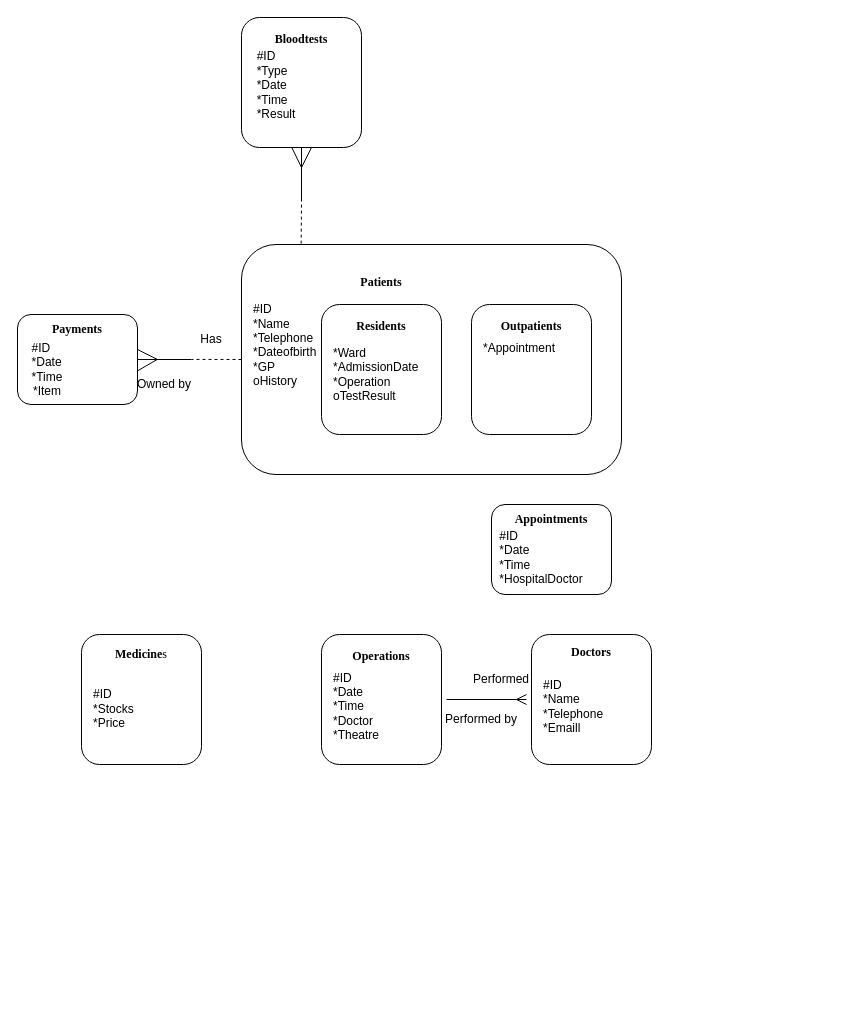
The draw.io diagram Assignment1DatabaseDesign.drawio in LordDdanielHan/test, before the edit. Source tidied: cells renumbered, new cells numbered last; positions are measured from the earlier drawing's top-left corner, leaving out a move shared by most shapes. Both pictures are drawn from the tidied source at 100%, with x=0, y=0 at pixel (17, 17).
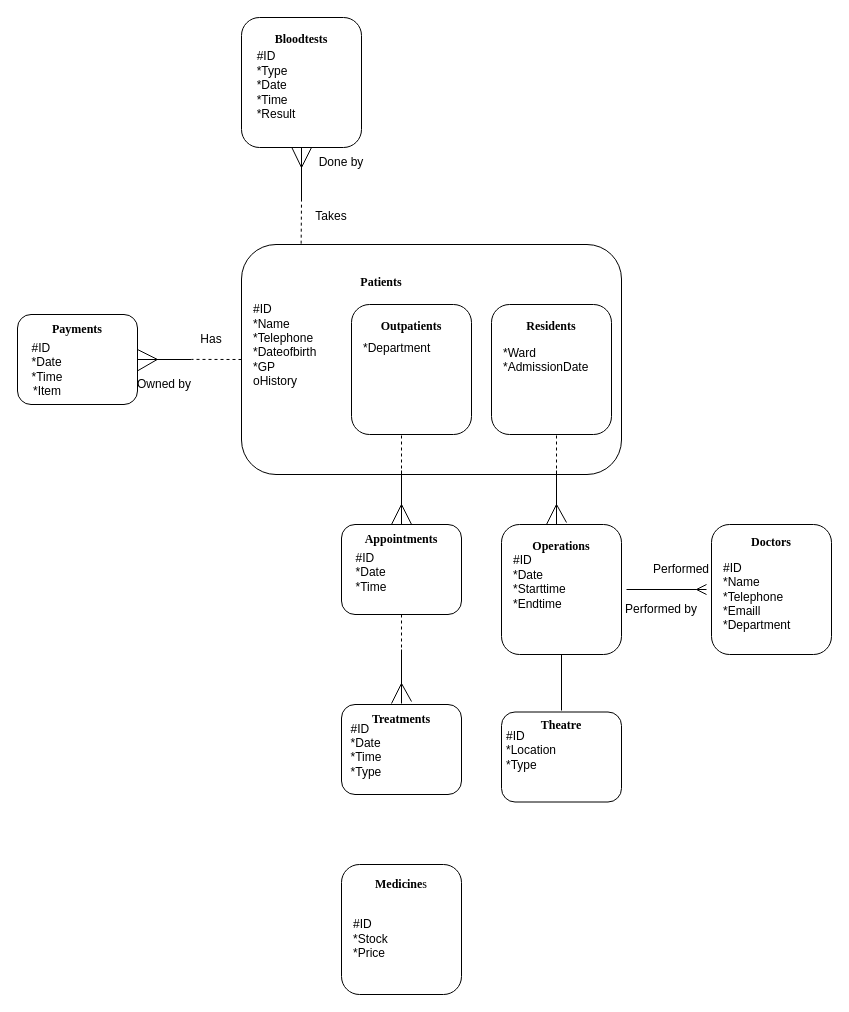
The same diagram, later.

Unchanged cells that the change refers to:
```xml
<mxCell id="8" value="&lt;font face=&quot;Times New Roman&quot;&gt;&lt;b&gt;Patients&lt;/b&gt;&lt;/font&gt;" style="text;html=1;align=center;verticalAlign=middle;whiteSpace=wrap;rounded=0;" parent="6" vertex="1">
  <mxGeometry width="280" height="76.7" as="geometry" />
</mxCell>
<mxCell id="21" style="rounded=1;whiteSpace=wrap;html=1;" parent="20" vertex="1">
  <mxGeometry width="120" height="130" as="geometry" />
</mxCell>
<mxCell id="37" style="group;" parent="35" vertex="1">
  <mxGeometry width="120" height="102.4" as="geometry" />
</mxCell>
<mxCell id="51" style="group;" parent="44" vertex="1">
  <mxGeometry y="-11.8" width="120" height="141.8" as="geometry" />
</mxCell>
```

Change to the diagram source:
```diff
@@
     <mxCell id="6" style="group;" parent="1" vertex="1">
-      <mxGeometry x="224" y="227" width="380" height="230" as="geometry" />
+      <mxGeometry x="224" y="227" width="380" height="370" as="geometry" />
     </mxCell>
@@
-    <mxCell id="10" style="group;" parent="6" vertex="1">
-      <mxGeometry x="80" y="60" width="120" height="130" as="geometry" />
-    </mxCell>
-    <mxCell id="11" style="rounded=1;whiteSpace=wrap;html=1;" parent="10" vertex="1">
-      <mxGeometry width="120" height="130" as="geometry" />
-    </mxCell>
-    <mxCell id="12" style="group;" parent="10" vertex="1">
-      <mxGeometry width="120" height="110" as="geometry" />
-    </mxCell>
-    <mxCell id="13" value="&lt;div align=&quot;left&quot;&gt;*Ward&lt;/div&gt;&lt;div align=&quot;left&quot;&gt;*AdmissionDate&lt;/div&gt;&lt;div align=&quot;left&quot;&gt;*Operation&lt;/div&gt;&lt;div align=&quot;left&quot;&gt;oTestResult&lt;br&gt;&lt;/div&gt;" style="text;html=1;align=left;verticalAlign=middle;whiteSpace=wrap;rounded=0;" parent="12" vertex="1">
-      <mxGeometry x="10" y="30" width="100" height="80" as="geometry" />
-    </mxCell>
-    <mxCell id="14" value="&lt;font face=&quot;Times New Roman&quot;&gt;&lt;b&gt;Residents&lt;/b&gt;&lt;/font&gt;" style="text;html=1;align=center;verticalAlign=middle;whiteSpace=wrap;rounded=0;" parent="12" vertex="1">
-      <mxGeometry width="120" height="43.3" as="geometry" />
-    </mxCell>
-    <mxCell id="15" style="group;" parent="6" vertex="1">
-      <mxGeometry x="230" y="60" width="120" height="130" as="geometry" />
-    </mxCell>
-    <mxCell id="16" style="rounded=1;whiteSpace=wrap;html=1;" parent="15" vertex="1">
-      <mxGeometry width="120" height="130" as="geometry" />
+    <mxCell id="16" style="rounded=1;whiteSpace=wrap;html=1;" parent="6" vertex="1">
+      <mxGeometry x="110" y="60" width="120" height="130" as="geometry" />
     </mxCell>
-    <mxCell id="17" style="group;" parent="15" vertex="1">
-      <mxGeometry width="120" height="70" as="geometry" />
+    <mxCell id="17" style="group;" parent="6" vertex="1">
+      <mxGeometry x="110" y="60" width="120" height="70" as="geometry" />
     </mxCell>
@@
-    <mxCell id="19" value="*Appointment" style="text;whiteSpace=wrap;html=1;" parent="17" vertex="1">
+    <mxCell id="19" value="*Department" style="text;whiteSpace=wrap;html=1;" parent="17" vertex="1">
       <mxGeometry x="10" y="30" width="60" height="40" as="geometry" />
     </mxCell>
+    <mxCell id="68" style="group;" parent="6" vertex="1">
+      <mxGeometry x="150" y="191" width="10" height="89" as="geometry" />
+    </mxCell>
+    <mxCell id="69" style="endArrow=none;html=1;rounded=0;" parent="68" edge="1">
+      <mxGeometry relative="1" as="geometry">
+        <mxPoint x="10" y="35" as="sourcePoint" />
+        <mxPoint x="10" y="70" as="targetPoint" />
+      </mxGeometry>
+    </mxCell>
+    <mxCell id="70" style="endArrow=none;html=1;rounded=0;" parent="68" edge="1">
+      <mxGeometry relative="1" as="geometry">
+        <mxPoint x="10" y="69" as="sourcePoint" />
+        <mxPoint x="10" y="89" as="targetPoint" />
+      </mxGeometry>
+    </mxCell>
+    <mxCell id="71" style="endArrow=none;html=1;rounded=0;" parent="68" edge="1">
+      <mxGeometry relative="1" as="geometry">
+        <mxPoint x="10" y="69" as="sourcePoint" />
+        <mxPoint y="89" as="targetPoint" />
+      </mxGeometry>
+    </mxCell>
+    <mxCell id="72" style="endArrow=none;html=1;rounded=0;exitX=0.582;exitY=-0.016;exitDx=0;exitDy=0;exitPerimeter=0;" parent="68" edge="1" source="59">
+      <mxGeometry relative="1" as="geometry">
+        <mxPoint x="10" y="69" as="targetPoint" />
+      </mxGeometry>
+    </mxCell>
+    <mxCell id="73" style="endArrow=none;html=1;rounded=0;dashed=1;exitX=0.213;exitY=-0.011;exitDx=0;exitDy=0;exitPerimeter=0;" parent="68" edge="1">
+      <mxGeometry relative="1" as="geometry">
+        <mxPoint x="10" as="sourcePoint" />
+        <mxPoint x="10" y="35" as="targetPoint" />
+      </mxGeometry>
+    </mxCell>
+    <mxCell id="74" style="group;" parent="6" vertex="1">
+      <mxGeometry x="305" y="191" width="10" height="89" as="geometry" />
+    </mxCell>
+    <mxCell id="75" style="endArrow=none;html=1;rounded=0;" parent="74" edge="1">
+      <mxGeometry relative="1" as="geometry">
+        <mxPoint x="10" y="35" as="sourcePoint" />
+        <mxPoint x="10" y="70" as="targetPoint" />
+      </mxGeometry>
+    </mxCell>
+    <mxCell id="76" style="endArrow=none;html=1;rounded=0;" parent="74" edge="1">
+      <mxGeometry relative="1" as="geometry">
+        <mxPoint x="10" y="69" as="sourcePoint" />
+        <mxPoint x="10" y="89" as="targetPoint" />
+      </mxGeometry>
+    </mxCell>
+    <mxCell id="77" style="endArrow=none;html=1;rounded=0;" parent="74" edge="1">
+      <mxGeometry relative="1" as="geometry">
+        <mxPoint x="10" y="69" as="sourcePoint" />
+        <mxPoint y="89" as="targetPoint" />
+      </mxGeometry>
+    </mxCell>
+    <mxCell id="78" style="endArrow=none;html=1;rounded=0;exitX=0.582;exitY=-0.016;exitDx=0;exitDy=0;exitPerimeter=0;" parent="74" edge="1">
+      <mxGeometry relative="1" as="geometry">
+        <mxPoint x="20" y="87" as="sourcePoint" />
+        <mxPoint x="10" y="69" as="targetPoint" />
+      </mxGeometry>
+    </mxCell>
+    <mxCell id="79" style="endArrow=none;html=1;rounded=0;dashed=1;exitX=0.213;exitY=-0.011;exitDx=0;exitDy=0;exitPerimeter=0;" parent="74" edge="1">
+      <mxGeometry relative="1" as="geometry">
+        <mxPoint x="10" as="sourcePoint" />
+        <mxPoint x="10" y="35" as="targetPoint" />
+      </mxGeometry>
+    </mxCell>
@@
     <mxCell id="35" style="group;" parent="1" vertex="1">
-      <mxGeometry x="64" y="607" width="120" height="140" as="geometry" />
+      <mxGeometry x="324" y="837" width="120" height="140" as="geometry" />
     </mxCell>
@@
-    <mxCell id="39" value="&lt;div&gt;&lt;br&gt;&lt;/div&gt;&lt;div&gt;#ID&lt;br&gt;&lt;/div&gt;&lt;div&gt;*Stocks&lt;/div&gt;&lt;div&gt;*Price&lt;/div&gt;" style="text;html=1;align=left;verticalAlign=middle;whiteSpace=wrap;rounded=0;" parent="37" vertex="1">
+    <mxCell id="39" value="&lt;div&gt;&lt;br&gt;&lt;/div&gt;&lt;div&gt;#ID&lt;br&gt;&lt;/div&gt;&lt;div&gt;*Stock&lt;/div&gt;&lt;div&gt;*Price&lt;/div&gt;" style="text;html=1;align=left;verticalAlign=middle;whiteSpace=wrap;rounded=0;" parent="37" vertex="1">
       <mxGeometry x="10" y="51.2" width="60" height="51.2" as="geometry" />
     </mxCell>
-    <mxCell id="40" style="group;align=left;" parent="1" vertex="1">
-      <mxGeometry x="304" y="617" width="120" height="210" as="geometry" />
-    </mxCell>
-    <mxCell id="41" style="rounded=1;whiteSpace=wrap;html=1;" parent="40" vertex="1">
-      <mxGeometry width="120" height="130" as="geometry" />
-    </mxCell>
-    <mxCell id="42" value="&lt;font face=&quot;Times New Roman&quot;&gt;&lt;b&gt;Operations&lt;/b&gt;&lt;/font&gt;" style="text;html=1;align=center;verticalAlign=middle;whiteSpace=wrap;rounded=0;" parent="40" vertex="1">
-      <mxGeometry width="120" height="43.3" as="geometry" />
-    </mxCell>
-    <mxCell id="43" value="&lt;div align=&quot;left&quot;&gt;&lt;div align=&quot;left&quot;&gt;&lt;div align=&quot;left&quot;&gt;&lt;div align=&quot;left&quot;&gt;#ID&lt;/div&gt;&lt;/div&gt;&lt;/div&gt;&lt;/div&gt;&lt;div align=&quot;left&quot;&gt;*Date&lt;/div&gt;&lt;div align=&quot;left&quot;&gt;*Time&lt;/div&gt;&lt;div align=&quot;left&quot;&gt;*Doctor&lt;/div&gt;&lt;div align=&quot;left&quot;&gt;*Theatre&lt;br&gt;&lt;/div&gt;" style="text;html=1;align=left;verticalAlign=middle;whiteSpace=wrap;rounded=0;" parent="40" vertex="1">
-      <mxGeometry x="10" y="50" width="60" height="43.3" as="geometry" />
-    </mxCell>
+    <mxCell id="80" style="group;" parent="1" vertex="1">
+      <mxGeometry x="474" y="287" width="120" height="130" as="geometry" />
+    </mxCell>
+    <mxCell id="11" style="rounded=1;whiteSpace=wrap;html=1;" parent="80" vertex="1">
+      <mxGeometry width="120" height="130" as="geometry" />
+    </mxCell>
+    <mxCell id="12" style="group;" parent="80" vertex="1">
+      <mxGeometry width="120" height="110" as="geometry" />
+    </mxCell>
+    <mxCell id="13" value="&lt;div align=&quot;left&quot;&gt;*Ward&lt;/div&gt;&lt;div align=&quot;left&quot;&gt;*AdmissionDate&lt;/div&gt;&lt;div align=&quot;left&quot;&gt;&lt;br&gt;&lt;/div&gt;&lt;div align=&quot;left&quot;&gt;&lt;br&gt;&lt;/div&gt;" style="text;html=1;align=left;verticalAlign=middle;whiteSpace=wrap;rounded=0;" parent="12" vertex="1">
+      <mxGeometry x="10" y="30" width="100" height="80" as="geometry" />
+    </mxCell>
+    <mxCell id="14" value="&lt;font face=&quot;Times New Roman&quot;&gt;&lt;b&gt;Residents&lt;/b&gt;&lt;/font&gt;" style="text;html=1;align=center;verticalAlign=middle;whiteSpace=wrap;rounded=0;" parent="12" vertex="1">
+      <mxGeometry width="120" height="43.3" as="geometry" />
+    </mxCell>
+    <mxCell id="81" style="group;" parent="1" vertex="1">
+      <mxGeometry x="284" y="130" width="10" height="54" as="geometry" />
+    </mxCell>
+    <mxCell id="61" style="endArrow=none;html=1;rounded=0;" parent="81" edge="1">
+      <mxGeometry relative="1" as="geometry">
+        <mxPoint y="54" as="sourcePoint" />
+        <mxPoint y="19" as="targetPoint" />
+      </mxGeometry>
+    </mxCell>
+    <mxCell id="62" style="endArrow=none;html=1;rounded=0;" parent="81" edge="1">
+      <mxGeometry relative="1" as="geometry">
+        <mxPoint y="20" as="sourcePoint" />
+        <mxPoint as="targetPoint" />
+      </mxGeometry>
+    </mxCell>
+    <mxCell id="64" style="endArrow=none;html=1;rounded=0;" parent="81" edge="1">
+      <mxGeometry relative="1" as="geometry">
+        <mxPoint y="20" as="sourcePoint" />
+        <mxPoint x="10" as="targetPoint" />
+      </mxGeometry>
+    </mxCell>
+    <mxCell id="66" style="endArrow=none;html=1;rounded=0;exitX=0.42;exitY=1.001;exitDx=0;exitDy=0;exitPerimeter=0;" parent="81" edge="1" source="21">
+      <mxGeometry relative="1" as="geometry">
+        <mxPoint y="20" as="targetPoint" />
+      </mxGeometry>
+    </mxCell>
+    <mxCell id="67" style="endArrow=none;html=1;rounded=0;dashed=1;exitX=0.213;exitY=-0.011;exitDx=0;exitDy=0;exitPerimeter=0;" parent="81" edge="1" source="8">
+      <mxGeometry relative="1" as="geometry">
+        <mxPoint y="54" as="targetPoint" />
+      </mxGeometry>
+    </mxCell>
+    <mxCell id="57" style="group;" parent="1" vertex="1">
+      <mxGeometry x="324" y="507" width="120" height="179" as="geometry" />
+    </mxCell>
+    <mxCell id="58" value="&lt;br&gt;&lt;br&gt;&lt;div&gt;&lt;br&gt;&lt;/div&gt;" style="rounded=1;whiteSpace=wrap;html=1;" parent="57" vertex="1">
+      <mxGeometry width="120" height="90" as="geometry" />
+    </mxCell>
+    <mxCell id="59" value="&lt;font face=&quot;Times New Roman&quot;&gt;&lt;b&gt;Appointments&lt;/b&gt;&lt;/font&gt;" style="text;html=1;align=center;verticalAlign=middle;whiteSpace=wrap;rounded=0;" parent="57" vertex="1">
+      <mxGeometry width="120" height="30" as="geometry" />
+    </mxCell>
+    <mxCell id="60" value="&lt;div align=&quot;left&quot;&gt;#ID&lt;br&gt;&lt;/div&gt;&lt;div align=&quot;left&quot;&gt;*Date&lt;/div&gt;&lt;div align=&quot;left&quot;&gt;*Time&lt;/div&gt;" style="text;html=1;align=center;verticalAlign=middle;whiteSpace=wrap;rounded=0;" parent="57" vertex="1">
+      <mxGeometry y="30" width="60" height="35" as="geometry" />
+    </mxCell>
+    <mxCell id="82" style="group;" parent="57" vertex="1">
+      <mxGeometry x="50" y="90" width="10" height="89" as="geometry" />
+    </mxCell>
+    <mxCell id="83" style="endArrow=none;html=1;rounded=0;" parent="82" edge="1">
+      <mxGeometry relative="1" as="geometry">
+        <mxPoint x="10" y="35" as="sourcePoint" />
+        <mxPoint x="10" y="70" as="targetPoint" />
+      </mxGeometry>
+    </mxCell>
+    <mxCell id="84" style="endArrow=none;html=1;rounded=0;" parent="82" edge="1">
+      <mxGeometry relative="1" as="geometry">
+        <mxPoint x="10" y="69" as="sourcePoint" />
+        <mxPoint x="10" y="89" as="targetPoint" />
+      </mxGeometry>
+    </mxCell>
+    <mxCell id="85" style="endArrow=none;html=1;rounded=0;" parent="82" edge="1">
+      <mxGeometry relative="1" as="geometry">
+        <mxPoint x="10" y="69" as="sourcePoint" />
+        <mxPoint y="89" as="targetPoint" />
+      </mxGeometry>
+    </mxCell>
+    <mxCell id="86" style="endArrow=none;html=1;rounded=0;exitX=0.582;exitY=-0.016;exitDx=0;exitDy=0;exitPerimeter=0;" parent="82" edge="1">
+      <mxGeometry relative="1" as="geometry">
+        <mxPoint x="20" y="87" as="sourcePoint" />
+        <mxPoint x="10" y="69" as="targetPoint" />
+      </mxGeometry>
+    </mxCell>
+    <mxCell id="87" style="endArrow=none;html=1;rounded=0;dashed=1;exitX=0.213;exitY=-0.011;exitDx=0;exitDy=0;exitPerimeter=0;" parent="82" edge="1">
+      <mxGeometry relative="1" as="geometry">
+        <mxPoint x="10" as="sourcePoint" />
+        <mxPoint x="10" y="35" as="targetPoint" />
+      </mxGeometry>
+    </mxCell>
+    <mxCell id="88" style="group;" parent="1" vertex="1">
+      <mxGeometry x="324" y="687" width="120" height="90" as="geometry" />
+    </mxCell>
+    <mxCell id="89" value="&lt;br&gt;&lt;br&gt;&lt;div&gt;&lt;br&gt;&lt;/div&gt;" style="rounded=1;whiteSpace=wrap;html=1;" parent="88" vertex="1">
+      <mxGeometry width="120" height="90" as="geometry" />
+    </mxCell>
+    <mxCell id="90" value="&lt;font face=&quot;Times New Roman&quot;&gt;&lt;b&gt;Treatments&lt;/b&gt;&lt;/font&gt;" style="text;html=1;align=center;verticalAlign=middle;whiteSpace=wrap;rounded=0;" parent="88" vertex="1">
+      <mxGeometry width="120" height="30" as="geometry" />
+    </mxCell>
+    <mxCell id="91" value="&lt;div align=&quot;left&quot;&gt;#ID&lt;br&gt;&lt;/div&gt;&lt;div align=&quot;left&quot;&gt;*Date&lt;/div&gt;&lt;div align=&quot;left&quot;&gt;*Time&lt;/div&gt;&lt;div align=&quot;left&quot;&gt;*Type&lt;/div&gt;&lt;div align=&quot;left&quot;&gt;&lt;br&gt;&lt;/div&gt;" style="text;html=1;align=center;verticalAlign=middle;whiteSpace=wrap;rounded=0;" parent="88" vertex="1">
+      <mxGeometry x="-5" y="35" width="60" height="35" as="geometry" />
+    </mxCell>
+    <mxCell id="92" style="group;" parent="1" vertex="1">
+      <mxGeometry x="484" y="687" width="120" height="90" as="geometry" />
+    </mxCell>
+    <mxCell id="93" value="&lt;br&gt;&lt;br&gt;&lt;div&gt;&lt;br&gt;&lt;/div&gt;" style="rounded=1;whiteSpace=wrap;html=1;" parent="92" vertex="1">
+      <mxGeometry y="7.5" width="120" height="90" as="geometry" />
+    </mxCell>
+    <mxCell id="94" value="&lt;font face=&quot;Times New Roman&quot;&gt;&lt;b&gt;Theatre&lt;/b&gt;&lt;/font&gt;" style="text;html=1;align=center;verticalAlign=middle;whiteSpace=wrap;rounded=0;" parent="92" vertex="1">
+      <mxGeometry y="6" width="120" height="30" as="geometry" />
+    </mxCell>
+    <mxCell id="95" value="&lt;div align=&quot;left&quot;&gt;#ID&lt;br&gt;&lt;/div&gt;&lt;div align=&quot;left&quot;&gt;*Location&lt;/div&gt;&lt;div align=&quot;left&quot;&gt;*Type&lt;/div&gt;&lt;div align=&quot;left&quot;&gt;&lt;br&gt;&lt;/div&gt;" style="text;html=1;align=center;verticalAlign=middle;whiteSpace=wrap;rounded=0;" parent="92" vertex="1">
+      <mxGeometry y="35" width="60" height="35" as="geometry" />
+    </mxCell>
+    <mxCell id="96" value="Takes" style="text;html=1;align=center;verticalAlign=middle;whiteSpace=wrap;rounded=0;" parent="1" vertex="1">
+      <mxGeometry x="284" y="184" width="60" height="30" as="geometry" />
+    </mxCell>
+    <mxCell id="97" value="Done by" style="text;html=1;align=center;verticalAlign=middle;whiteSpace=wrap;rounded=0;" parent="1" vertex="1">
+      <mxGeometry x="294" y="130" width="60" height="30" as="geometry" />
+    </mxCell>
+    <mxCell id="55" value="Performed" style="text;html=1;align=center;verticalAlign=middle;whiteSpace=wrap;rounded=0;" parent="1" vertex="1">
+      <mxGeometry x="634" y="537" width="60" height="30" as="geometry" />
+    </mxCell>
     <mxCell id="44" style="group;" parent="1" vertex="1">
-      <mxGeometry x="514" y="617" width="120" height="130" as="geometry" />
+      <mxGeometry x="694" y="507" width="120" height="130" as="geometry" />
     </mxCell>
@@
-    <mxCell id="54" value="&lt;div&gt;&lt;br&gt;&lt;/div&gt;&lt;div&gt;#ID&lt;br&gt;&lt;/div&gt;&lt;div&gt;*Name&lt;/div&gt;&lt;div&gt;*Telephone&lt;/div&gt;&lt;div&gt;*Emaill&lt;br&gt;&lt;/div&gt;" style="text;html=1;align=left;verticalAlign=middle;whiteSpace=wrap;rounded=0;" parent="51" vertex="1">
+    <mxCell id="54" value="&lt;div&gt;&lt;br&gt;&lt;/div&gt;&lt;div&gt;#ID&lt;br&gt;&lt;/div&gt;&lt;div&gt;*Name&lt;/div&gt;&lt;div&gt;*Telephone&lt;/div&gt;&lt;div&gt;*Emaill&lt;/div&gt;&lt;div&gt;*Department&lt;/div&gt;" style="text;html=1;align=left;verticalAlign=middle;whiteSpace=wrap;rounded=0;" parent="51" vertex="1">
       <mxGeometry x="10" y="51.2" width="60" height="51.2" as="geometry" />
     </mxCell>
-    <mxCell id="55" value="Performed" style="text;html=1;align=center;verticalAlign=middle;whiteSpace=wrap;rounded=0;" parent="1" vertex="1">
-      <mxGeometry x="454" y="647" width="60" height="30" as="geometry" />
-    </mxCell>
     <mxCell id="56" value="Performed by" style="text;html=1;align=center;verticalAlign=middle;whiteSpace=wrap;rounded=0;" parent="1" vertex="1">
-      <mxGeometry x="424" y="687" width="80" height="30" as="geometry" />
+      <mxGeometry x="604" y="577" width="80" height="30" as="geometry" />
     </mxCell>
-    <mxCell id="57" style="group;" parent="1" vertex="1">
-      <mxGeometry x="474" y="487" width="120" height="90" as="geometry" />
-    </mxCell>
-    <mxCell id="58" value="&lt;br&gt;&lt;br&gt;&lt;div&gt;&lt;br&gt;&lt;/div&gt;" style="rounded=1;whiteSpace=wrap;html=1;" parent="57" vertex="1">
-      <mxGeometry width="120" height="90" as="geometry" />
-    </mxCell>
-    <mxCell id="59" value="&lt;font face=&quot;Times New Roman&quot;&gt;&lt;b&gt;Appointments&lt;/b&gt;&lt;/font&gt;" style="text;html=1;align=center;verticalAlign=middle;whiteSpace=wrap;rounded=0;" parent="57" vertex="1">
-      <mxGeometry width="120" height="30" as="geometry" />
-    </mxCell>
-    <mxCell id="60" value="&lt;div align=&quot;left&quot;&gt;#ID&lt;br&gt;&lt;/div&gt;&lt;div align=&quot;left&quot;&gt;*Date&lt;/div&gt;&lt;div align=&quot;left&quot;&gt;*Time&lt;/div&gt;*HospitalDoctor" style="text;html=1;align=center;verticalAlign=middle;whiteSpace=wrap;rounded=0;" parent="57" vertex="1">
-      <mxGeometry x="20" y="35" width="60" height="35" as="geometry" />
-    </mxCell>
-    <mxCell id="61" style="endArrow=none;html=1;rounded=0;" parent="1" edge="1">
-      <mxGeometry relative="1" as="geometry">
-        <mxPoint x="284" y="184" as="sourcePoint" />
-        <mxPoint x="284" y="149" as="targetPoint" />
-      </mxGeometry>
-    </mxCell>
-    <mxCell id="62" style="endArrow=none;html=1;rounded=0;" parent="1" edge="1">
-      <mxGeometry relative="1" as="geometry">
-        <mxPoint x="284" y="150" as="sourcePoint" />
-        <mxPoint x="284" y="130" as="targetPoint" />
-      </mxGeometry>
-    </mxCell>
-    <mxCell id="63" style="group;" parent="1" vertex="1">
-      <mxGeometry x="284" y="130" width="10" height="54.4" as="geometry" />
-    </mxCell>
-    <mxCell id="64" style="endArrow=none;html=1;rounded=0;" parent="63" edge="1">
-      <mxGeometry relative="1" as="geometry">
-        <mxPoint y="20" as="sourcePoint" />
-        <mxPoint x="10" as="targetPoint" />
-      </mxGeometry>
-    </mxCell>
-    <mxCell id="65" style="group;rotation=90;" parent="63" vertex="1">
-      <mxGeometry x="-17" y="37" width="34.5" height="0.2" as="geometry" />
-    </mxCell>
-    <mxCell id="66" style="endArrow=none;html=1;rounded=0;exitX=0.42;exitY=1.001;exitDx=0;exitDy=0;exitPerimeter=0;" parent="65" edge="1" source="21">
-      <mxGeometry relative="1" as="geometry">
-        <mxPoint x="17" y="-17" as="targetPoint" />
-      </mxGeometry>
-    </mxCell>
-    <mxCell id="67" style="endArrow=none;html=1;rounded=0;dashed=1;exitX=0.213;exitY=-0.011;exitDx=0;exitDy=0;exitPerimeter=0;" parent="65" edge="1" source="8">
-      <mxGeometry relative="1" as="geometry">
-        <mxPoint x="17" y="17" as="targetPoint" />
-      </mxGeometry>
-    </mxCell>
+    <mxCell id="41" style="rounded=1;whiteSpace=wrap;html=1;" parent="1" vertex="1">
+      <mxGeometry x="484" y="507" width="120" height="130" as="geometry" />
+    </mxCell>
+    <mxCell id="42" value="&lt;font face=&quot;Times New Roman&quot;&gt;&lt;b&gt;Operations&lt;/b&gt;&lt;/font&gt;" style="text;html=1;align=center;verticalAlign=middle;whiteSpace=wrap;rounded=0;" parent="1" vertex="1">
+      <mxGeometry x="484" y="507" width="120" height="43.3" as="geometry" />
+    </mxCell>
+    <mxCell id="43" value="&lt;div align=&quot;left&quot;&gt;&lt;div align=&quot;left&quot;&gt;&lt;div align=&quot;left&quot;&gt;&lt;div align=&quot;left&quot;&gt;#ID&lt;/div&gt;&lt;/div&gt;&lt;/div&gt;&lt;/div&gt;&lt;div align=&quot;left&quot;&gt;*Date&lt;/div&gt;&lt;div align=&quot;left&quot;&gt;*Starttime&lt;/div&gt;&lt;div align=&quot;left&quot;&gt;*Endtime&lt;/div&gt;&lt;div align=&quot;left&quot;&gt;&lt;br&gt;&lt;/div&gt;&lt;div align=&quot;left&quot;&gt;&lt;br&gt;&lt;/div&gt;" style="text;html=1;align=left;verticalAlign=middle;whiteSpace=wrap;rounded=0;" parent="1" vertex="1">
+      <mxGeometry x="494" y="557" width="60" height="43.3" as="geometry" />
+    </mxCell>
+    <mxCell id="98" style="endArrow=none;html=1;rounded=0;" parent="1" edge="1" source="94">
+      <mxGeometry relative="1" as="geometry">
+        <mxPoint x="544" y="637" as="targetPoint" />
+      </mxGeometry>
+    </mxCell>
```
